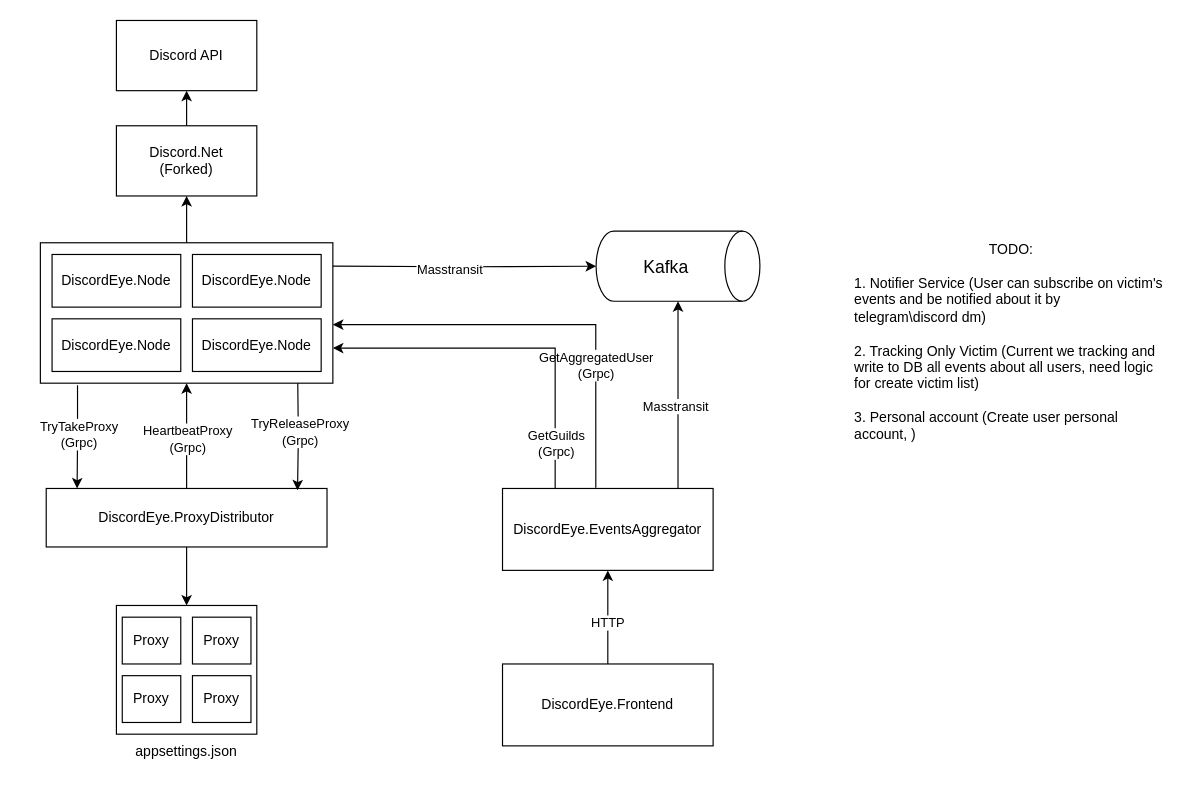
Before: DiscordEye.Scheme.drawio in 7645re/DiscordEye, a draw.io diagram. Source tidied: cells renumbered, new cells numbered last; positions are measured from the earlier drawing's top-left corner, leaving out a move shared by most shapes. Both pictures are drawn from the tidied source at 117%, with x=0, y=0 at pixel (40, 20).
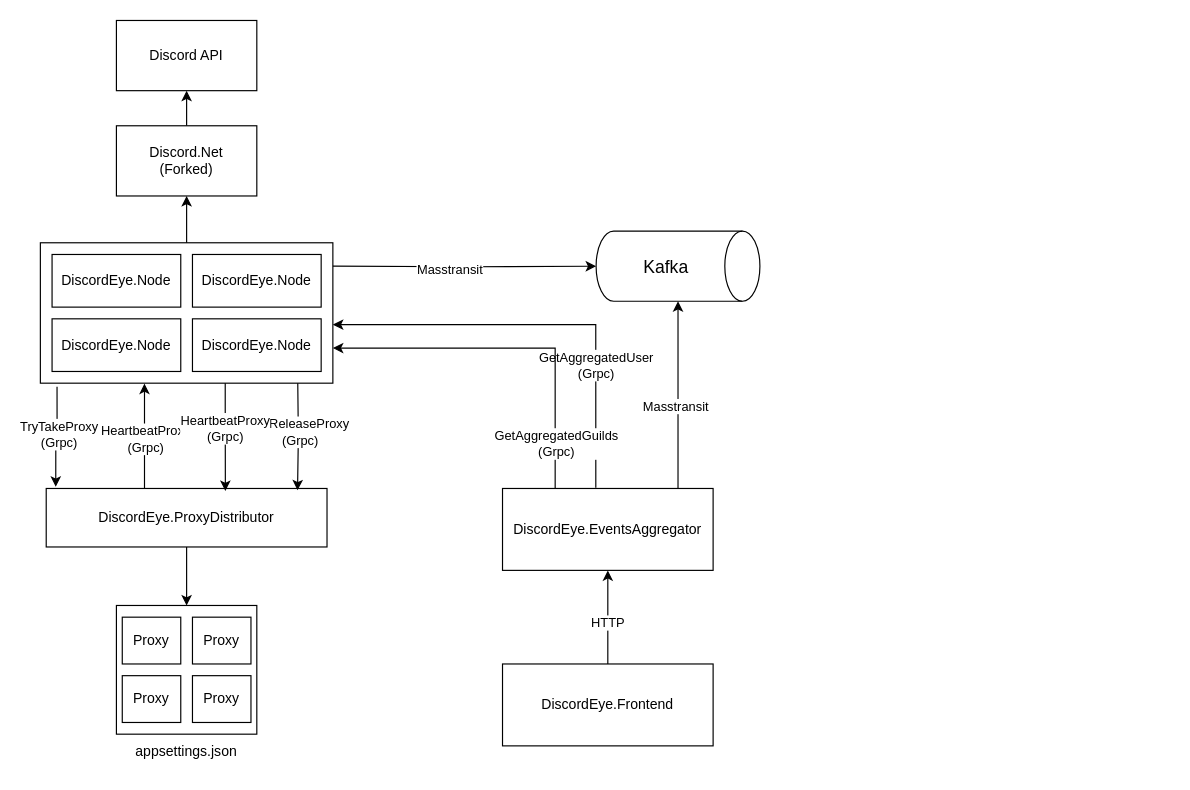
The same diagram, later.

Unchanged cells that the change refers to:
```xml
<mxCell id="12" style="edgeStyle=orthogonalEdgeStyle;rounded=0;jettySize=auto;html=1;exitX=0.25;exitY=0;exitDx=0;exitDy=0;entryX=1;entryY=0.75;entryDx=0;entryDy=0;" parent="1" edge="1" source="14" target="16">
  <mxGeometry relative="1" as="geometry" />
</mxCell>
<mxCell id="16" style="rounded=0;whiteSpace=wrap;html=1;" parent="15" vertex="1">
  <mxGeometry width="250" height="120" as="geometry" />
</mxCell>
<mxCell id="25" value="DiscordEye.ProxyDistributor" style="rounded=0;whiteSpace=wrap;html=1;" parent="1" vertex="1">
  <mxGeometry x="5" y="400" width="240" height="50" as="geometry" />
</mxCell>
```

Diff of the diagram source:
```diff
@@
-<mxGraphModel>
+<mxGraphModel background="#ffffff">
@@
-    <mxCell id="13" value="GetGuilds&lt;br&gt;(Grpc)" style="edgeLabel;html=1;align=center;verticalAlign=middle;" parent="12" vertex="1">
+    <mxCell id="13" value="GetAggregatedGuilds&lt;br&gt;(Grpc)" style="edgeLabel;html=1;align=center;verticalAlign=middle;" parent="12" vertex="1">
       <mxGeometry x="-0.75" relative="1" as="geometry" />
     </mxCell>
@@
-    <mxCell id="23" style="edgeStyle=orthogonalEdgeStyle;rounded=0;jettySize=auto;html=1;entryX=0.5;entryY=1;entryDx=0;entryDy=0;" parent="1" edge="1" source="25" target="16">
+    <mxCell id="23" style="edgeStyle=orthogonalEdgeStyle;rounded=0;jettySize=auto;html=1;entryX=0.356;entryY=1.003;entryDx=0;entryDy=0;entryPerimeter=0;exitX=0.35;exitY=0.003;exitDx=0;exitDy=0;exitPerimeter=0;" parent="1" edge="1" source="25" target="16">
       <mxGeometry relative="1" as="geometry" />
     </mxCell>
@@
-    <mxCell id="26" style="edgeStyle=orthogonalEdgeStyle;rounded=0;jettySize=auto;html=1;exitX=0.127;exitY=1.014;exitDx=0;exitDy=0;entryX=0.11;entryY=0;entryDx=0;entryDy=0;entryPerimeter=0;exitPerimeter=0;" parent="1" edge="1" source="16" target="25">
+    <mxCell id="26" style="edgeStyle=orthogonalEdgeStyle;rounded=0;jettySize=auto;html=1;exitX=0.057;exitY=1.025;exitDx=0;exitDy=0;entryX=0.034;entryY=-0.028;entryDx=0;entryDy=0;entryPerimeter=0;exitPerimeter=0;" parent="1" edge="1" source="16" target="25">
       <mxGeometry relative="1" as="geometry" />
     </mxCell>
@@
-    <mxCell id="45" value="TODO:&lt;br&gt;&lt;div style=&quot;text-align: left;&quot;&gt;&lt;div&gt;&lt;br&gt;&lt;/div&gt;&lt;div&gt;1. Notifier Service (User can subscribe on victim's events and be notified about it by telegram\discord dm)&lt;/div&gt;&lt;div&gt;&lt;br&gt;&lt;/div&gt;&lt;div&gt;2. Tracking Only Victim (Current we tracking and write to DB all events about all users, need logic for create victim list)&lt;br&gt;&lt;br&gt;&lt;/div&gt;&lt;div&gt;3. Personal account (Create user personal account, )&lt;/div&gt;&lt;/div&gt;" style="text;html=1;align=center;verticalAlign=middle;whiteSpace=wrap;rounded=0;" parent="1" vertex="1">
-      <mxGeometry x="695" y="150" width="270" height="250" as="geometry" />
-    </mxCell>
+    <mxCell id="46" style="edgeStyle=orthogonalEdgeStyle;rounded=0;jettySize=auto;html=1;entryX=0.638;entryY=0.044;entryDx=0;entryDy=0;entryPerimeter=0;" parent="1" edge="1" source="16" target="25">
+      <mxGeometry relative="1" as="geometry">
+        <Array as="points">
+          <mxPoint x="158" y="330" />
+          <mxPoint x="158" y="330" />
+        </Array>
+      </mxGeometry>
+    </mxCell>
+    <mxCell id="47" value="HeartbeatProxy&lt;br&gt;(Grpc)" style="edgeLabel;html=1;align=center;verticalAlign=middle;" parent="46" vertex="1">
+      <mxGeometry x="-0.17" y="-1" relative="1" as="geometry" />
+    </mxCell>
```
